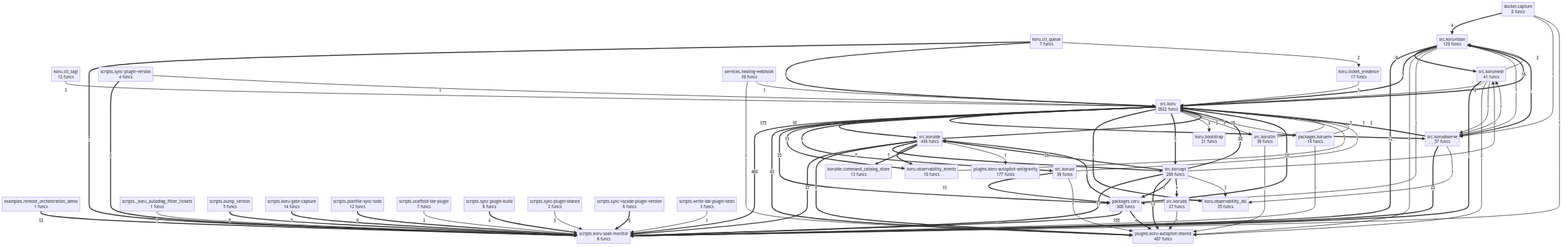
This is project/compact_flow.png from semcod/koru, a Mermaid export, as it was before one commit. Its source is kept beside it as project/compact_flow.mmd.
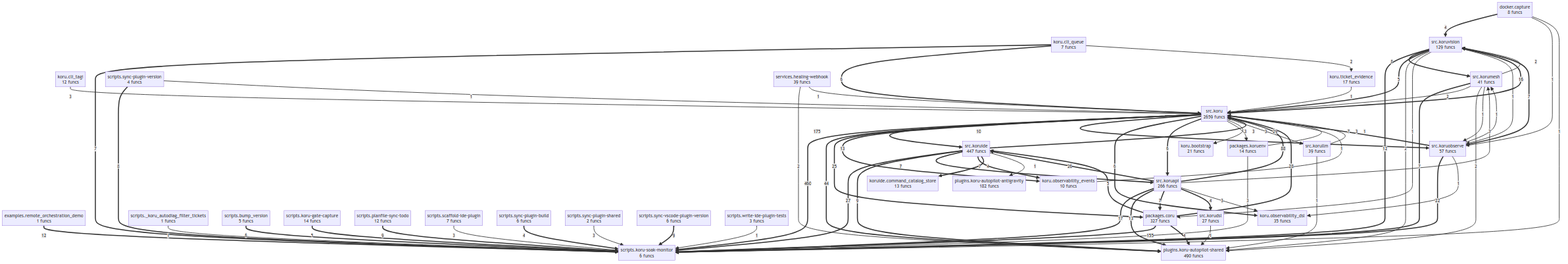
After the commit.

Diff of the diagram source:
```diff
@@ -8,10 +8,10 @@
     koru__observability_events["koru.observability_events<br/>10 funcs"]
     koru__ticket_evidence["koru.ticket_evidence<br/>17 funcs"]
     koruide__command_catalog_store["koruide.command_catalog_store<br/>13 funcs"]
-    packages__coru["packages.coru<br/>308 funcs"]
+    packages__coru["packages.coru<br/>327 funcs"]
     packages__koruenv["packages.koruenv<br/>14 funcs"]
-    plugins__koru_autopilot_antigravity["plugins.koru-autopilot-antigravity<br/>177 funcs"]
-    plugins__koru_autopilot_shared["plugins.koru-autopilot-shared<br/>487 funcs"]
+    plugins__koru_autopilot_antigravity["plugins.koru-autopilot-antigravity<br/>182 funcs"]
+    plugins__koru_autopilot_shared["plugins.koru-autopilot-shared<br/>490 funcs"]
     scripts___koru_autodiag_filter_tickets["scripts._koru_autodiag_filter_tickets<br/>1 funcs"]
     scripts__bump_version["scripts.bump_version<br/>5 funcs"]
     scripts__koru_gate_capture["scripts.koru-gate-capture<br/>14 funcs"]
@@ -24,22 +24,21 @@
     scripts__sync_vscode_plugin_version["scripts.sync-vscode-plugin-version<br/>6 funcs"]
     scripts__write_ide_plugin_tests["scripts.write-ide-plugin-tests<br/>3 funcs"]
     services__healing_webhook["services.healing-webhook<br/>39 funcs"]
-    src__koru["src.koru<br/>2622 funcs"]
+    src__koru["src.koru<br/>2659 funcs"]
     src__koruapi["src.koruapi<br/>266 funcs"]
     src__korudsl["src.korudsl<br/>27 funcs"]
-    src__koruide["src.koruide<br/>436 funcs"]
+    src__koruide["src.koruide<br/>447 funcs"]
     src__korullm["src.korullm<br/>39 funcs"]
     src__korumesh["src.korumesh<br/>41 funcs"]
     src__koruobserve["src.koruobserve<br/>57 funcs"]
-    src__koruos["src.koruos<br/>39 funcs"]
     src__koruvision["src.koruvision<br/>129 funcs"]
     src__koru ==>|460| scripts__koru_soak_monitor
     src__koru ==>|175| src__koruide
     packages__coru ==>|155| scripts__koru_soak_monitor
     src__koruapi ==>|88| src__koru
-    src__koru ==>|43| plugins__koru_autopilot_shared
+    src__koru ==>|44| plugins__koru_autopilot_shared
+    src__koruide ==>|29| src__koru
     packages__coru ==>|28| src__koru
-    src__koruide ==>|28| src__koru
     src__koruide ==>|27| scripts__koru_soak_monitor
     src__koruapi ==>|26| src__koruide
     src__koru ==>|25| packages__coru
@@ -50,7 +49,6 @@
     src__koru ==>|13| koru__observability_events
     examples__remote_orchestration_demo ==>|12| scripts__koru_soak_monitor
     src__koruvision ==>|12| scripts__koru_soak_monitor
-    src__koruos ==>|11| packages__coru
     src__koru ==>|10| src__koruobserve
     src__koruide ==>|9| plugins__koru_autopilot_shared
     scripts__planfile_sync_todo ==>|9| scripts__koru_soak_monitor
@@ -62,9 +60,8 @@
     src__koruapi ==>|7| packages__coru
     src__korumesh ==>|7| scripts__koru_soak_monitor
     src__koruide ==>|7| src__koruapi
+    src__koruide ==>|7| koru__observability_events
     koru__cli_queue ==>|7| scripts__koru_soak_monitor
-    src__koruide ==>|7| koru__observability_events
-    src__koru ==>|6| src__koruos
     src__koru ==>|6| koru__observability_dsl
     src__koru ==>|6| src__koruapi
     koru__cli_queue ==>|6| src__koru
@@ -81,10 +78,10 @@
     packages__koruenv -->|3| scripts__koru_soak_monitor
     src__koruapi -->|3| src__korumesh
     src__koruapi -->|3| koru__observability_dsl
+    src__koru -->|3| packages__koruenv
     src__koru -->|3| koru__bootstrap
     src__koru -->|3| src__korullm
     koru__cli_tagi -->|3| src__koru
-    src__koru -->|3| packages__koruenv
     scripts__sync_plugin_shared -->|3| scripts__koru_soak_monitor
     scripts__scaffold_ide_plugin -->|3| scripts__koru_soak_monitor
     services__healing_webhook -->|2| plugins__koru_autopilot_shared
@@ -96,9 +93,8 @@
     services__healing_webhook -->|1| src__koru
     src__koruobserve -->|1| src__korumesh
     src__koruobserve -->|1| koru__observability_dsl
-    src__koruos -->|1| plugins__koru_autopilot_shared
-    src__koruos -->|1| src__koru
     src__korudsl -->|1| plugins__koru_autopilot_shared
+    src__korullm -->|1| src__koru
     src__korullm -->|1| plugins__koru_autopilot_shared
     src__koruvision -->|1| packages__coru
     src__koruvision -->|1| src__koruobserve
@@ -111,4 +107,3 @@
     scripts__write_ide_plugin_tests -->|1| scripts__koru_soak_monitor
     scripts__sync_plugin_version -->|1| src__koru
     scripts___koru_autodiag_filter_tickets -->|1| scripts__koru_soak_monitor
-    src__korullm -->|1| src__koru
```
